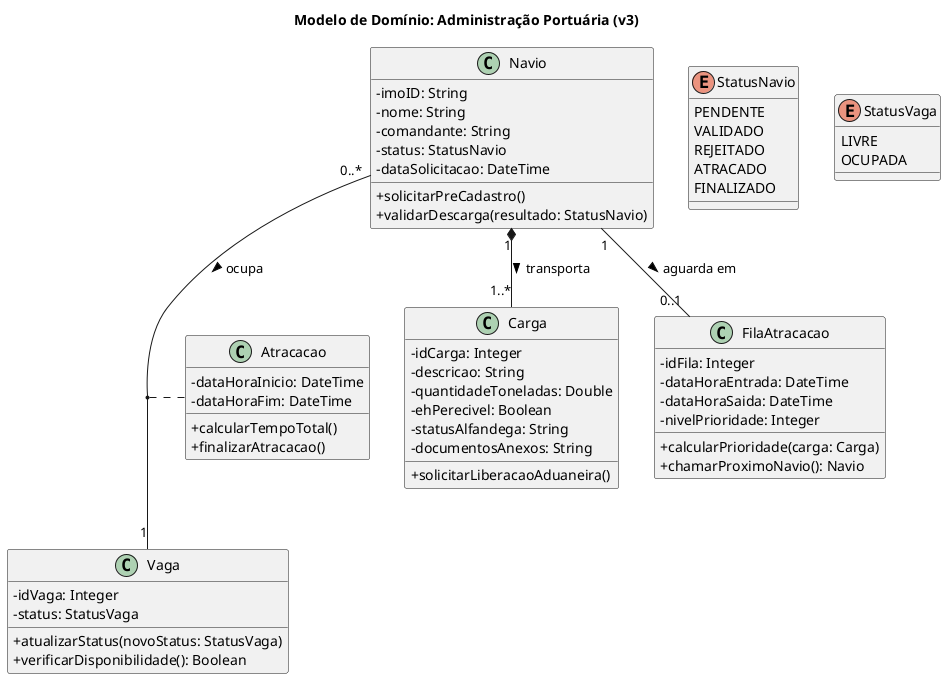
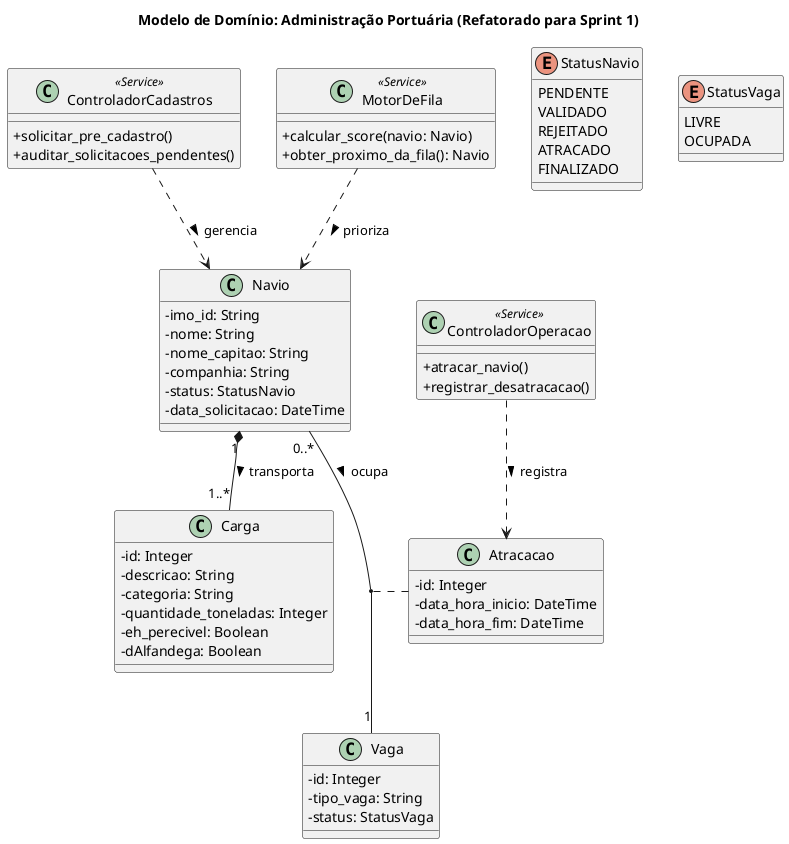
@startuml
- title Modelo de Domínio: Administração Portuária (v3)
+ title Modelo de Domínio: Administração Portuária (Refatorado para Sprint 1)
skinparam classAttributeIconSize 0
+ 
enum StatusNavio {
  PENDENTE
  VALIDADO
  REJEITADO
  ATRACADO
  FINALIZADO
}

enum StatusVaga {
  LIVRE
  OCUPADA
}

class Navio {
- - imoID: String
+   - imo_id: String
  - nome: String
-   - comandante: String
+   - nome_capitao: String
+   - companhia: String
  - status: StatusNavio
-   - dataSolicitacao: DateTime
-   + solicitarPreCadastro()
-   + validarDescarga(resultado: StatusNavio)
+   - data_solicitacao: DateTime
}

class Carga {
-   - idCarga: Integer
+   - id: Integer
  - descricao: String
-   - quantidadeToneladas: Double
-   - ehPerecivel: Boolean
-   - statusAlfandega: String
-   - documentosAnexos: String
-   + solicitarLiberacaoAduaneira()
+   - categoria: String
+   - quantidade_toneladas: Integer
+   - eh_perecivel: Boolean
+   - dAlfandega: Boolean
}

class Vaga {
-   - idVaga: Integer
+   - id: Integer
+   - tipo_vaga: String
  - status: StatusVaga
-   + atualizarStatus(novoStatus: StatusVaga)
-   + verificarDisponibilidade(): Boolean
- }
- 
- class FilaAtracacao {
-   - idFila: Integer
-   - dataHoraEntrada: DateTime
-   - dataHoraSaida: DateTime
-   - nivelPrioridade: Integer
-   + calcularPrioridade(carga: Carga)
-   + chamarProximoNavio(): Navio
}

class Atracacao {
-   - dataHoraInicio: DateTime
-   - dataHoraFim: DateTime
-   + calcularTempoTotal()
-   + finalizarAtracacao()
+   - id: Integer
+   - data_hora_inicio: DateTime
+   - data_hora_fim: DateTime
}

- ' Relacionamentos
+ class ControladorCadastros <<Service>> {
+   + solicitar_pre_cadastro()
+   + auditar_solicitacoes_pendentes()
+ }
+ 
+ class MotorDeFila <<Service>> {
+   + calcular_score(navio: Navio)
+   + obter_proximo_da_fila(): Navio
+ }
+ 
+ class ControladorOperacao <<Service>> {
+   + atracar_navio()
+   + registrar_desatracacao()
+ }
+ 
+ ' Relacionamentos do Banco de Dados
Navio "1" *-- "1..*" Carga : transporta >
Navio "0..*" -- "1" Vaga : ocupa >
(Navio, Vaga) .. Atracacao
- Navio "1" -- "0..1" FilaAtracacao : aguarda em >
+ 
+ ' Dependências das Camadas de Serviço
+ ControladorCadastros ..> Navio : gerencia >
+ MotorDeFila ..> Navio : prioriza >
+ ControladorOperacao ..> Atracacao : registra >

@enduml